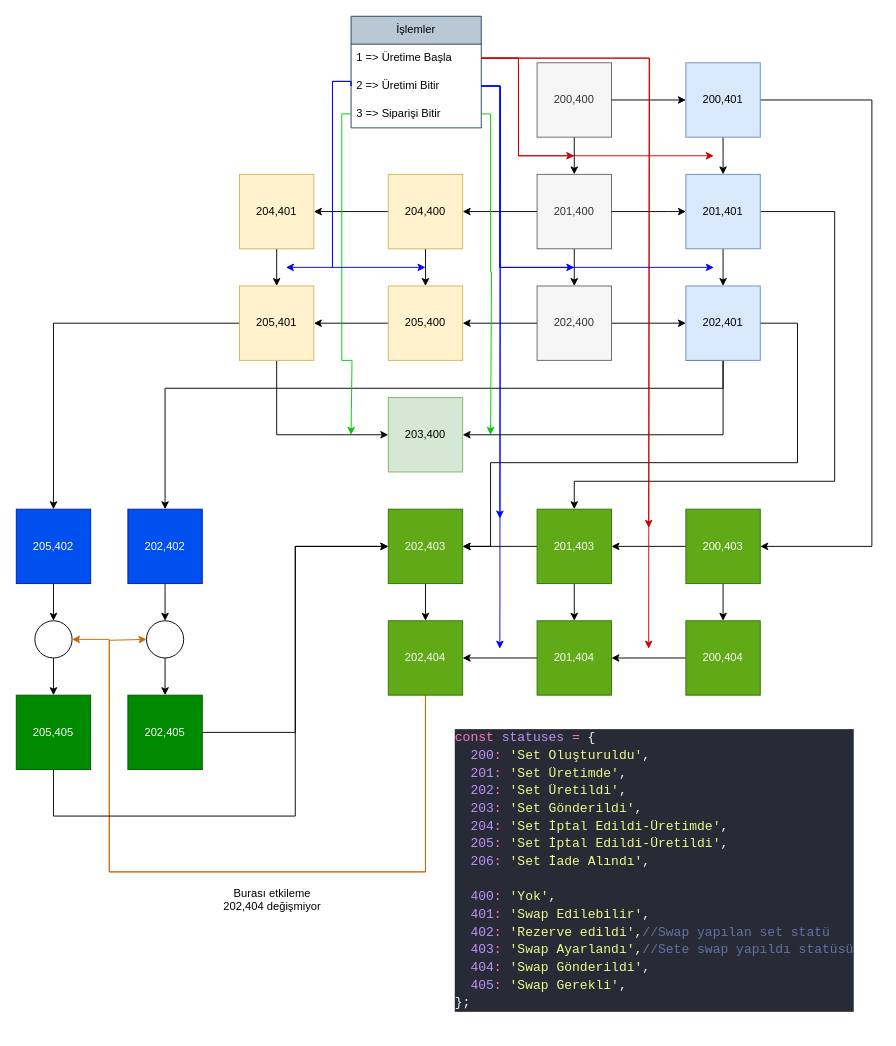
Before: Başlıksız Diyagram.drawio in KaanAkcan1/Charts, a draw.io diagram. Source tidied: cells renumbered, new cells numbered last; positions are measured from the earlier drawing's top-left corner, leaving out a move shared by most shapes. Both pictures are drawn from the tidied source at 93%, with x=0, y=0 at pixel (16, 16).
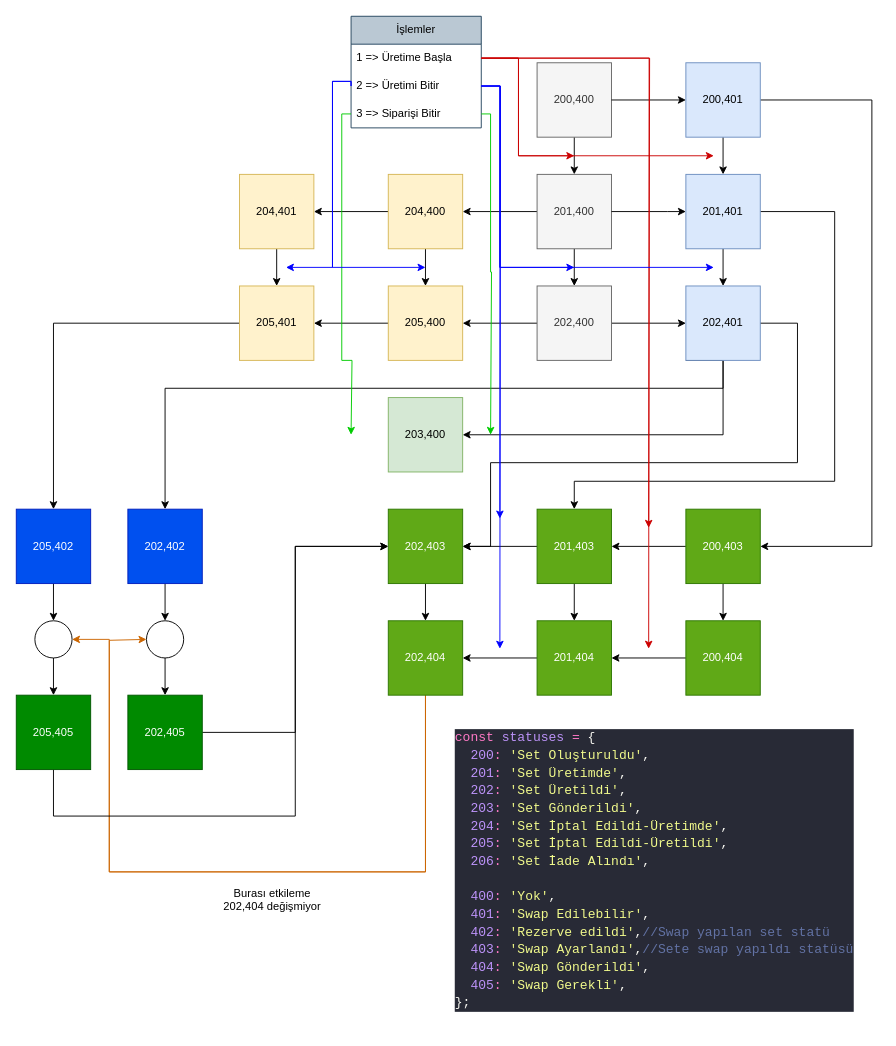
Above is the later version.

The change refers to these unchanged cells:
```xml
<mxCell id="21" value="203,400" style="whiteSpace=wrap;html=1;fillColor=#d5e8d4;strokeColor=#82b366;" parent="1" vertex="1">
  <mxGeometry x="400" y="410" width="80" height="80" as="geometry" />
</mxCell>
<mxCell id="32" value="205,401" style="whiteSpace=wrap;html=1;fillColor=#fff2cc;strokeColor=#d6b656;" parent="1" vertex="1">
  <mxGeometry x="240" y="290" width="80" height="80" as="geometry" />
</mxCell>
```

Diff of the diagram source:
```diff
@@
-    <mxCell id="30" style="edgeStyle=orthogonalEdgeStyle;rounded=0;jettySize=auto;html=1;entryX=0;entryY=0.5;entryDx=0;entryDy=0;" parent="1" edge="1" source="32" target="21">
-      <mxGeometry relative="1" as="geometry">
-        <Array as="points">
-          <mxPoint x="280" y="450" />
-        </Array>
-      </mxGeometry>
-    </mxCell>
```
